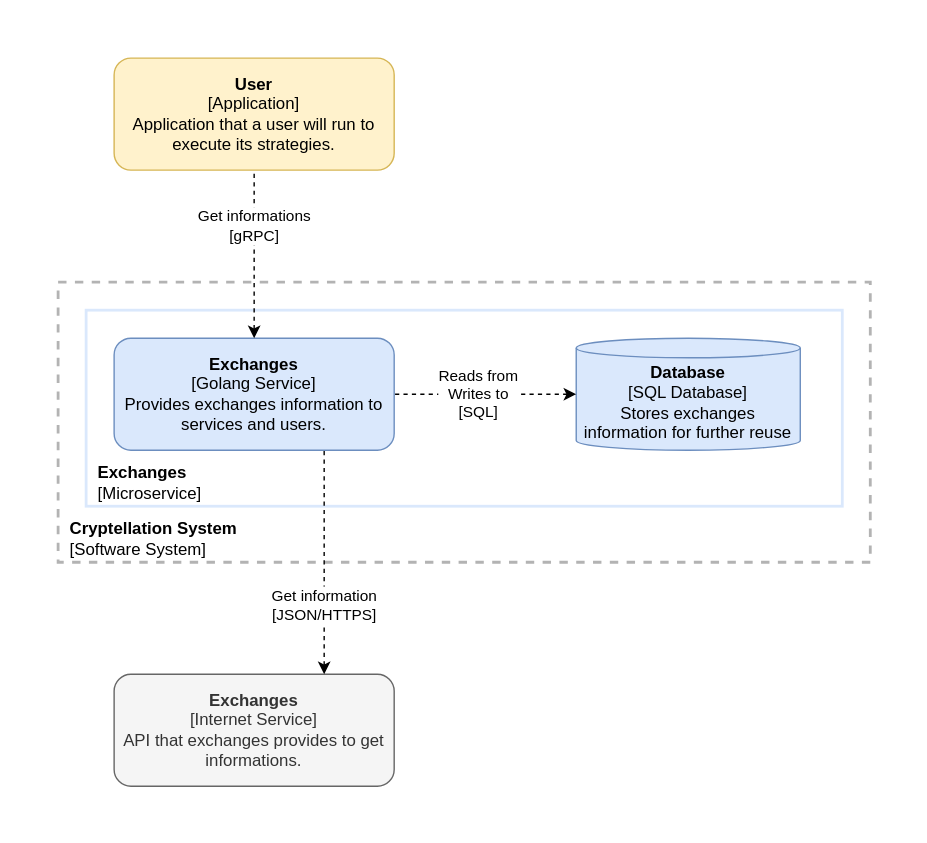
The draw.io diagram website/docs/services/exchanges/internal/container-diagram.svg in lerenn/cryptellation, before a commit. Source tidied: cells renumbered, new cells last; positions are measured from the earlier drawing's top-left corner, leaving out a move shared by most shapes. Source of this version:
```xml
<mxGraphModel>
  <root>
    <mxCell id="0" />
    <mxCell id="1" parent="0" />
    <mxCell id="2" style="rounded=1;whiteSpace=wrap;html=1;labelBackgroundColor=none;strokeColor=none;strokeWidth=2;fillColor=default;" parent="1" vertex="1">
      <mxGeometry width="660" height="600" as="geometry" />
    </mxCell>
    <mxCell id="3" value="&lt;b style=&quot;&quot;&gt;&amp;nbsp; Cryptellation System&lt;br&gt;&amp;nbsp;&amp;nbsp;&lt;/b&gt;&lt;span style=&quot;&quot;&gt;[Software System]&lt;/span&gt;" style="rounded=0;whiteSpace=wrap;html=1;fillColor=none;dashed=1;strokeWidth=2;strokeColor=#B3B3B3;align=left;verticalAlign=bottom;" parent="1" vertex="1">
      <mxGeometry x="40" y="200" width="580" height="200" as="geometry" />
    </mxCell>
    <mxCell id="4" value="&amp;nbsp; &lt;b&gt;Exchanges&lt;/b&gt;&lt;br&gt;&amp;nbsp; [Microservice]" style="rounded=0;whiteSpace=wrap;html=1;labelBackgroundColor=none;strokeColor=#DAE8FC;strokeWidth=2;fillColor=none;verticalAlign=bottom;align=left;" parent="1" vertex="1">
      <mxGeometry x="60" y="220" width="540" height="140" as="geometry" />
    </mxCell>
    <mxCell id="5" value="&lt;b&gt;Exchanges&lt;/b&gt;&lt;br&gt;[Golang Service]&lt;br&gt;Provides exchanges information to services and users." style="rounded=1;whiteSpace=wrap;html=1;fillColor=#dae8fc;strokeColor=#6c8ebf;" parent="1" vertex="1">
      <mxGeometry x="80" y="240" width="200" height="80" as="geometry" />
    </mxCell>
    <mxCell id="6" value="&lt;b&gt;Database&lt;/b&gt;&lt;br&gt;[SQL Database]&lt;br&gt;Stores exchanges information for further reuse" style="shape=cylinder3;whiteSpace=wrap;html=1;boundedLbl=1;backgroundOutline=1;size=7;fillColor=#dae8fc;strokeColor=#6c8ebf;" parent="1" vertex="1">
      <mxGeometry x="410" y="240" width="160" height="80" as="geometry" />
    </mxCell>
    <mxCell id="7" value="&lt;b style=&quot;color: rgb(51 , 51 , 51)&quot;&gt;Exchanges&lt;/b&gt;&lt;br style=&quot;color: rgb(51 , 51 , 51)&quot;&gt;&lt;span style=&quot;color: rgb(51 , 51 , 51)&quot;&gt;[Internet Service]&lt;/span&gt;&lt;br style=&quot;color: rgb(51 , 51 , 51)&quot;&gt;&lt;span style=&quot;color: rgb(51 , 51 , 51)&quot;&gt;API that exchanges provides to get informations.&lt;/span&gt;" style="rounded=1;whiteSpace=wrap;html=1;fillColor=#f5f5f5;fontColor=#333333;strokeColor=#666666;" parent="1" vertex="1">
      <mxGeometry x="80" y="480" width="200" height="80" as="geometry" />
    </mxCell>
    <mxCell id="8" value="&lt;span style=&quot;color: rgb(0, 0, 0); font-family: helvetica; font-size: 11px; font-style: normal; font-weight: 400; letter-spacing: normal; text-align: center; text-indent: 0px; text-transform: none; word-spacing: 0px; background-color: rgb(255, 255, 255); display: inline; float: none;&quot;&gt;Get&amp;nbsp;information&lt;/span&gt;&lt;br style=&quot;color: rgb(0, 0, 0); font-family: helvetica; font-size: 11px; font-style: normal; font-weight: 400; letter-spacing: normal; text-align: center; text-indent: 0px; text-transform: none; word-spacing: 0px;&quot;&gt;&lt;span style=&quot;color: rgb(0, 0, 0); font-family: helvetica; font-size: 11px; font-style: normal; font-weight: 400; letter-spacing: normal; text-align: center; text-indent: 0px; text-transform: none; word-spacing: 0px; background-color: rgb(255, 255, 255); display: inline; float: none;&quot;&gt;[JSON/HTTPS]&lt;/span&gt;" style="endArrow=none;dashed=1;html=1;exitX=0.75;exitY=0;exitDx=0;exitDy=0;entryX=0.75;entryY=1;entryDx=0;entryDy=0;edgeStyle=orthogonalEdgeStyle;startArrow=classic;startFill=1;" parent="1" edge="1" source="7" target="5">
      <mxGeometry x="-0.38" relative="1" as="geometry" />
    </mxCell>
    <mxCell id="9" value="&lt;font face=&quot;helvetica&quot;&gt;Reads from&lt;br&gt;Writes to&lt;br&gt;[SQL]&lt;br&gt;&lt;/font&gt;" style="endArrow=none;dashed=1;html=1;exitX=0;exitY=0.5;exitDx=0;exitDy=0;entryX=1;entryY=0.5;entryDx=0;entryDy=0;edgeStyle=orthogonalEdgeStyle;startArrow=classic;startFill=1;exitPerimeter=0;" parent="1" edge="1" source="6" target="5">
      <mxGeometry x="0.08" relative="1" as="geometry" />
    </mxCell>
    <mxCell id="10" value="&lt;b style=&quot;color: rgb(0 , 0 , 0) ; font-family: &amp;#34;helvetica&amp;#34; ; font-size: 12px ; font-style: normal ; letter-spacing: normal ; text-align: center ; text-indent: 0px ; text-transform: none ; word-spacing: 0px&quot;&gt;User&lt;/b&gt;&lt;br style=&quot;color: rgb(0 , 0 , 0) ; font-family: &amp;#34;helvetica&amp;#34; ; font-size: 12px ; font-style: normal ; font-weight: 400 ; letter-spacing: normal ; text-align: center ; text-indent: 0px ; text-transform: none ; word-spacing: 0px&quot;&gt;&lt;span style=&quot;color: rgb(0 , 0 , 0) ; font-family: &amp;#34;helvetica&amp;#34; ; font-size: 12px ; font-style: normal ; font-weight: 400 ; letter-spacing: normal ; text-align: center ; text-indent: 0px ; text-transform: none ; word-spacing: 0px ; display: inline ; float: none&quot;&gt;[Application]&lt;/span&gt;&lt;br style=&quot;color: rgb(0 , 0 , 0) ; font-family: &amp;#34;helvetica&amp;#34; ; font-size: 12px ; font-style: normal ; font-weight: 400 ; letter-spacing: normal ; text-align: center ; text-indent: 0px ; text-transform: none ; word-spacing: 0px&quot;&gt;&lt;span style=&quot;color: rgb(0 , 0 , 0) ; font-family: &amp;#34;helvetica&amp;#34; ; font-size: 12px ; font-style: normal ; font-weight: 400 ; letter-spacing: normal ; text-align: center ; text-indent: 0px ; text-transform: none ; word-spacing: 0px ; display: inline ; float: none&quot;&gt;Application that a user will run to execute its strategies.&lt;/span&gt;" style="rounded=1;whiteSpace=wrap;html=1;strokeColor=#d6b656;strokeWidth=1;fillColor=#fff2cc;" parent="1" vertex="1">
      <mxGeometry x="80" y="40" width="200" height="80" as="geometry" />
    </mxCell>
    <mxCell id="11" value="&lt;font face=&quot;helvetica&quot;&gt;Get informations&lt;br&gt;[gRPC]&lt;br&gt;&lt;/font&gt;" style="endArrow=none;dashed=1;html=1;entryX=0.5;entryY=1;entryDx=0;entryDy=0;edgeStyle=orthogonalEdgeStyle;startArrow=classic;startFill=1;" parent="1" edge="1" target="10">
      <mxGeometry x="0.33" relative="1" as="geometry">
        <mxPoint x="180" y="240" as="sourcePoint" />
      </mxGeometry>
    </mxCell>
  </root>
</mxGraphModel>
```
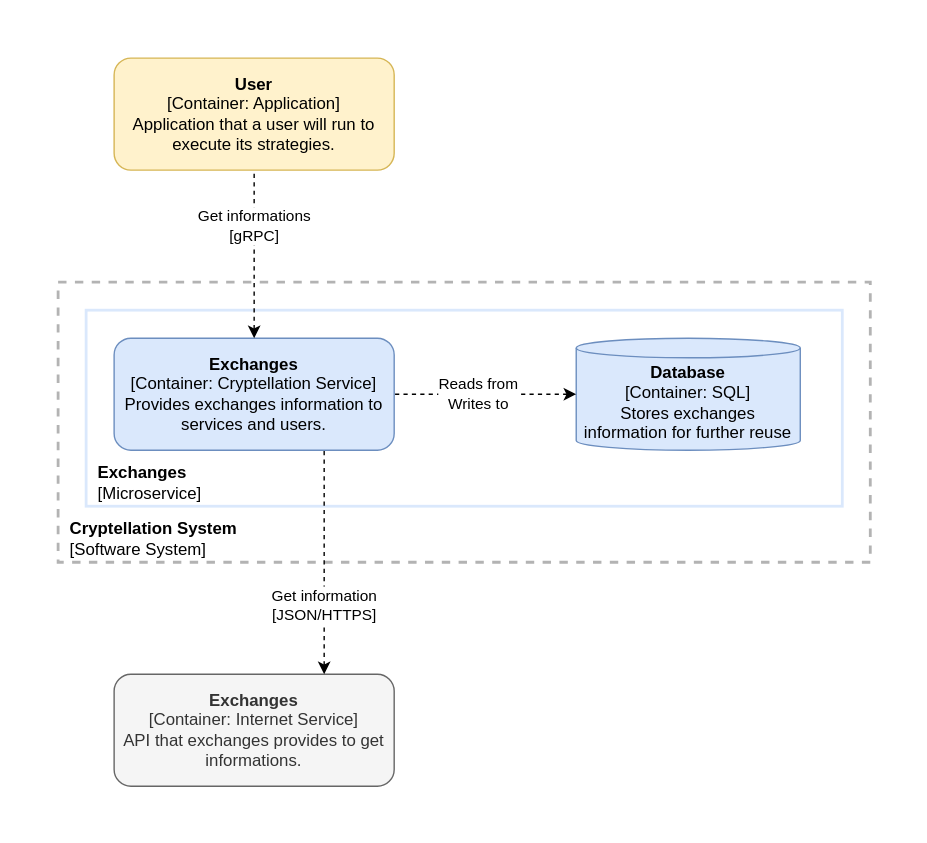
The same file after the commit.

What changed in the source:
```diff
@@ -11,22 +11,22 @@
     <mxCell id="4" value="&amp;nbsp; &lt;b&gt;Exchanges&lt;/b&gt;&lt;br&gt;&amp;nbsp; [Microservice]" style="rounded=0;whiteSpace=wrap;html=1;labelBackgroundColor=none;strokeColor=#DAE8FC;strokeWidth=2;fillColor=none;verticalAlign=bottom;align=left;" parent="1" vertex="1">
       <mxGeometry x="60" y="220" width="540" height="140" as="geometry" />
     </mxCell>
-    <mxCell id="5" value="&lt;b&gt;Exchanges&lt;/b&gt;&lt;br&gt;[Golang Service]&lt;br&gt;Provides exchanges information to services and users." style="rounded=1;whiteSpace=wrap;html=1;fillColor=#dae8fc;strokeColor=#6c8ebf;" parent="1" vertex="1">
+    <mxCell id="5" value="&lt;b&gt;Exchanges&lt;/b&gt;&lt;br&gt;[Container: Cryptellation Service]&lt;br&gt;Provides exchanges information to services and users." style="rounded=1;whiteSpace=wrap;html=1;fillColor=#dae8fc;strokeColor=#6c8ebf;" parent="1" vertex="1">
       <mxGeometry x="80" y="240" width="200" height="80" as="geometry" />
     </mxCell>
-    <mxCell id="6" value="&lt;b&gt;Database&lt;/b&gt;&lt;br&gt;[SQL Database]&lt;br&gt;Stores exchanges information for further reuse" style="shape=cylinder3;whiteSpace=wrap;html=1;boundedLbl=1;backgroundOutline=1;size=7;fillColor=#dae8fc;strokeColor=#6c8ebf;" parent="1" vertex="1">
+    <mxCell id="6" value="&lt;b&gt;Database&lt;/b&gt;&lt;br&gt;[Container: SQL]&lt;br&gt;Stores exchanges information for further reuse" style="shape=cylinder3;whiteSpace=wrap;html=1;boundedLbl=1;backgroundOutline=1;size=7;fillColor=#dae8fc;strokeColor=#6c8ebf;" parent="1" vertex="1">
       <mxGeometry x="410" y="240" width="160" height="80" as="geometry" />
     </mxCell>
-    <mxCell id="7" value="&lt;b style=&quot;color: rgb(51 , 51 , 51)&quot;&gt;Exchanges&lt;/b&gt;&lt;br style=&quot;color: rgb(51 , 51 , 51)&quot;&gt;&lt;span style=&quot;color: rgb(51 , 51 , 51)&quot;&gt;[Internet Service]&lt;/span&gt;&lt;br style=&quot;color: rgb(51 , 51 , 51)&quot;&gt;&lt;span style=&quot;color: rgb(51 , 51 , 51)&quot;&gt;API that exchanges provides to get informations.&lt;/span&gt;" style="rounded=1;whiteSpace=wrap;html=1;fillColor=#f5f5f5;fontColor=#333333;strokeColor=#666666;" parent="1" vertex="1">
+    <mxCell id="7" value="&lt;b style=&quot;color: rgb(51 , 51 , 51)&quot;&gt;Exchanges&lt;/b&gt;&lt;br style=&quot;color: rgb(51 , 51 , 51)&quot;&gt;&lt;span style=&quot;color: rgb(51 , 51 , 51)&quot;&gt;[Container: Internet Service]&lt;/span&gt;&lt;br style=&quot;color: rgb(51 , 51 , 51)&quot;&gt;&lt;span style=&quot;color: rgb(51 , 51 , 51)&quot;&gt;API that exchanges provides to get informations.&lt;/span&gt;" style="rounded=1;whiteSpace=wrap;html=1;fillColor=#f5f5f5;fontColor=#333333;strokeColor=#666666;" parent="1" vertex="1">
       <mxGeometry x="80" y="480" width="200" height="80" as="geometry" />
     </mxCell>
     <mxCell id="8" value="&lt;span style=&quot;color: rgb(0, 0, 0); font-family: helvetica; font-size: 11px; font-style: normal; font-weight: 400; letter-spacing: normal; text-align: center; text-indent: 0px; text-transform: none; word-spacing: 0px; background-color: rgb(255, 255, 255); display: inline; float: none;&quot;&gt;Get&amp;nbsp;information&lt;/span&gt;&lt;br style=&quot;color: rgb(0, 0, 0); font-family: helvetica; font-size: 11px; font-style: normal; font-weight: 400; letter-spacing: normal; text-align: center; text-indent: 0px; text-transform: none; word-spacing: 0px;&quot;&gt;&lt;span style=&quot;color: rgb(0, 0, 0); font-family: helvetica; font-size: 11px; font-style: normal; font-weight: 400; letter-spacing: normal; text-align: center; text-indent: 0px; text-transform: none; word-spacing: 0px; background-color: rgb(255, 255, 255); display: inline; float: none;&quot;&gt;[JSON/HTTPS]&lt;/span&gt;" style="endArrow=none;dashed=1;html=1;exitX=0.75;exitY=0;exitDx=0;exitDy=0;entryX=0.75;entryY=1;entryDx=0;entryDy=0;edgeStyle=orthogonalEdgeStyle;startArrow=classic;startFill=1;" parent="1" edge="1" source="7" target="5">
       <mxGeometry x="-0.38" relative="1" as="geometry" />
     </mxCell>
-    <mxCell id="9" value="&lt;font face=&quot;helvetica&quot;&gt;Reads from&lt;br&gt;Writes to&lt;br&gt;[SQL]&lt;br&gt;&lt;/font&gt;" style="endArrow=none;dashed=1;html=1;exitX=0;exitY=0.5;exitDx=0;exitDy=0;entryX=1;entryY=0.5;entryDx=0;entryDy=0;edgeStyle=orthogonalEdgeStyle;startArrow=classic;startFill=1;exitPerimeter=0;" parent="1" edge="1" source="6" target="5">
+    <mxCell id="9" value="&lt;font face=&quot;helvetica&quot;&gt;Reads from&lt;br&gt;Writes to&lt;br&gt;&lt;/font&gt;" style="endArrow=none;dashed=1;html=1;exitX=0;exitY=0.5;exitDx=0;exitDy=0;entryX=1;entryY=0.5;entryDx=0;entryDy=0;edgeStyle=orthogonalEdgeStyle;startArrow=classic;startFill=1;exitPerimeter=0;" parent="1" edge="1" source="6" target="5">
       <mxGeometry x="0.08" relative="1" as="geometry" />
     </mxCell>
-    <mxCell id="10" value="&lt;b style=&quot;color: rgb(0 , 0 , 0) ; font-family: &amp;#34;helvetica&amp;#34; ; font-size: 12px ; font-style: normal ; letter-spacing: normal ; text-align: center ; text-indent: 0px ; text-transform: none ; word-spacing: 0px&quot;&gt;User&lt;/b&gt;&lt;br style=&quot;color: rgb(0 , 0 , 0) ; font-family: &amp;#34;helvetica&amp;#34; ; font-size: 12px ; font-style: normal ; font-weight: 400 ; letter-spacing: normal ; text-align: center ; text-indent: 0px ; text-transform: none ; word-spacing: 0px&quot;&gt;&lt;span style=&quot;color: rgb(0 , 0 , 0) ; font-family: &amp;#34;helvetica&amp;#34; ; font-size: 12px ; font-style: normal ; font-weight: 400 ; letter-spacing: normal ; text-align: center ; text-indent: 0px ; text-transform: none ; word-spacing: 0px ; display: inline ; float: none&quot;&gt;[Application]&lt;/span&gt;&lt;br style=&quot;color: rgb(0 , 0 , 0) ; font-family: &amp;#34;helvetica&amp;#34; ; font-size: 12px ; font-style: normal ; font-weight: 400 ; letter-spacing: normal ; text-align: center ; text-indent: 0px ; text-transform: none ; word-spacing: 0px&quot;&gt;&lt;span style=&quot;color: rgb(0 , 0 , 0) ; font-family: &amp;#34;helvetica&amp;#34; ; font-size: 12px ; font-style: normal ; font-weight: 400 ; letter-spacing: normal ; text-align: center ; text-indent: 0px ; text-transform: none ; word-spacing: 0px ; display: inline ; float: none&quot;&gt;Application that a user will run to execute its strategies.&lt;/span&gt;" style="rounded=1;whiteSpace=wrap;html=1;strokeColor=#d6b656;strokeWidth=1;fillColor=#fff2cc;" parent="1" vertex="1">
+    <mxCell id="10" value="&lt;b style=&quot;color: rgb(0 , 0 , 0) ; font-family: &amp;#34;helvetica&amp;#34; ; font-size: 12px ; font-style: normal ; letter-spacing: normal ; text-align: center ; text-indent: 0px ; text-transform: none ; word-spacing: 0px&quot;&gt;User&lt;/b&gt;&lt;br style=&quot;color: rgb(0 , 0 , 0) ; font-family: &amp;#34;helvetica&amp;#34; ; font-size: 12px ; font-style: normal ; font-weight: 400 ; letter-spacing: normal ; text-align: center ; text-indent: 0px ; text-transform: none ; word-spacing: 0px&quot;&gt;&lt;span style=&quot;color: rgb(0 , 0 , 0) ; font-family: &amp;#34;helvetica&amp;#34; ; font-size: 12px ; font-style: normal ; font-weight: 400 ; letter-spacing: normal ; text-align: center ; text-indent: 0px ; text-transform: none ; word-spacing: 0px ; display: inline ; float: none&quot;&gt;[Container: Application]&lt;/span&gt;&lt;br style=&quot;color: rgb(0 , 0 , 0) ; font-family: &amp;#34;helvetica&amp;#34; ; font-size: 12px ; font-style: normal ; font-weight: 400 ; letter-spacing: normal ; text-align: center ; text-indent: 0px ; text-transform: none ; word-spacing: 0px&quot;&gt;&lt;span style=&quot;color: rgb(0 , 0 , 0) ; font-family: &amp;#34;helvetica&amp;#34; ; font-size: 12px ; font-style: normal ; font-weight: 400 ; letter-spacing: normal ; text-align: center ; text-indent: 0px ; text-transform: none ; word-spacing: 0px ; display: inline ; float: none&quot;&gt;Application that a user will run to execute its strategies.&lt;/span&gt;" style="rounded=1;whiteSpace=wrap;html=1;strokeColor=#d6b656;strokeWidth=1;fillColor=#fff2cc;" parent="1" vertex="1">
       <mxGeometry x="80" y="40" width="200" height="80" as="geometry" />
     </mxCell>
     <mxCell id="11" value="&lt;font face=&quot;helvetica&quot;&gt;Get informations&lt;br&gt;[gRPC]&lt;br&gt;&lt;/font&gt;" style="endArrow=none;dashed=1;html=1;entryX=0.5;entryY=1;entryDx=0;entryDy=0;edgeStyle=orthogonalEdgeStyle;startArrow=classic;startFill=1;" parent="1" edge="1" target="10">
```
